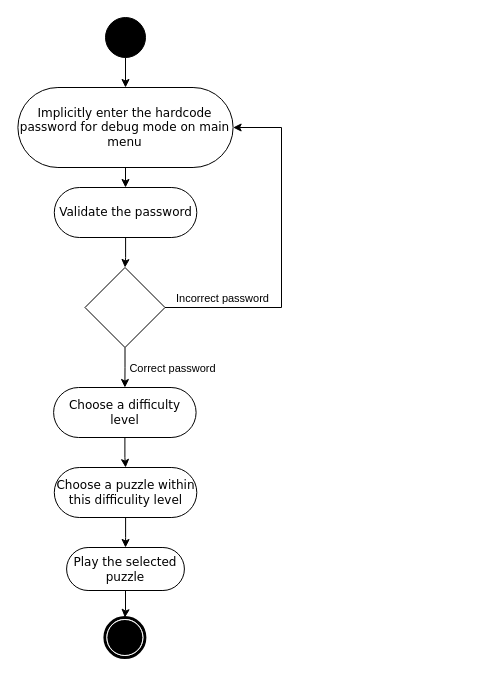
Earlier version of the draw.io diagram debug.drawio (maxinimize/uml). Source tidied: cells renumbered, new cells numbered last; positions are measured from the earlier drawing's top-left corner, leaving out a move shared by most shapes. Both pictures are drawn from the tidied source at 100%, with x=0, y=0 at pixel (17, 17).
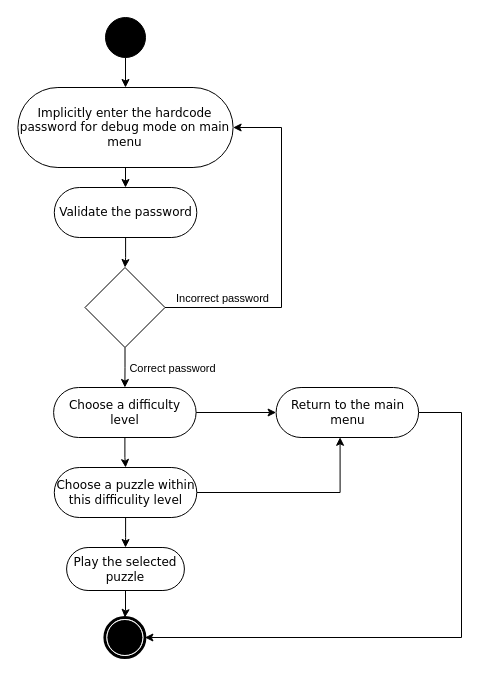
The same diagram, later.

The change refers to these unchanged cells:
```xml
<mxCell id="3" value="Choose a difficulty level" style="rounded=1;whiteSpace=wrap;html=1;shadow=0;comic=0;labelBackgroundColor=none;strokeWidth=1;fontFamily=Verdana;fontSize=12;align=center;arcSize=50;" parent="1" vertex="1">
  <mxGeometry x="36.1" y="370" width="142.5" height="50" as="geometry" />
</mxCell>
<mxCell id="8" style="shape=mxgraph.bpmn.shape;html=1;verticalLabelPosition=bottom;labelBackgroundColor=#ffffff;verticalAlign=top;perimeter=ellipsePerimeter;outline=end;symbol=terminate;rounded=0;shadow=0;comic=0;strokeWidth=1;fontFamily=Verdana;fontSize=12;align=center;" parent="1" vertex="1">
  <mxGeometry x="87.4" y="600" width="40" height="40" as="geometry" />
</mxCell>
<mxCell id="17" value="Choose a puzzle within this difficulity level" style="rounded=1;whiteSpace=wrap;html=1;shadow=0;comic=0;labelBackgroundColor=none;strokeWidth=1;fontFamily=Verdana;fontSize=12;align=center;arcSize=50;" parent="1" vertex="1">
  <mxGeometry x="36.8" y="450" width="142.5" height="50" as="geometry" />
</mxCell>
```

Change to the diagram source:
```diff
@@
+    <mxCell id="20" style="edgeStyle=orthogonalEdgeStyle;rounded=0;jettySize=auto;html=1;" parent="1" edge="1" source="3" target="23">
+      <mxGeometry relative="1" as="geometry" />
+    </mxCell>
@@
+    <mxCell id="21" style="edgeStyle=orthogonalEdgeStyle;rounded=0;jettySize=auto;html=1;entryX=0.449;entryY=0.996;entryDx=0;entryDy=0;entryPerimeter=0;" parent="1" edge="1" source="17" target="23">
+      <mxGeometry relative="1" as="geometry" />
+    </mxCell>
@@
+    <mxCell id="22" style="edgeStyle=orthogonalEdgeStyle;rounded=0;jettySize=auto;html=1;entryX=1;entryY=0.5;entryDx=0;entryDy=0;" parent="1" edge="1" source="23" target="8">
+      <mxGeometry relative="1" as="geometry">
+        <Array as="points">
+          <mxPoint x="444" y="395" />
+          <mxPoint x="444" y="620" />
+        </Array>
+      </mxGeometry>
+    </mxCell>
+    <mxCell id="23" value="Return to the main menu" style="rounded=1;whiteSpace=wrap;html=1;shadow=0;comic=0;labelBackgroundColor=none;strokeWidth=1;fontFamily=Verdana;fontSize=12;align=center;arcSize=50;" parent="1" vertex="1">
+      <mxGeometry x="258.6" y="370" width="142.5" height="50" as="geometry" />
+    </mxCell>
```
